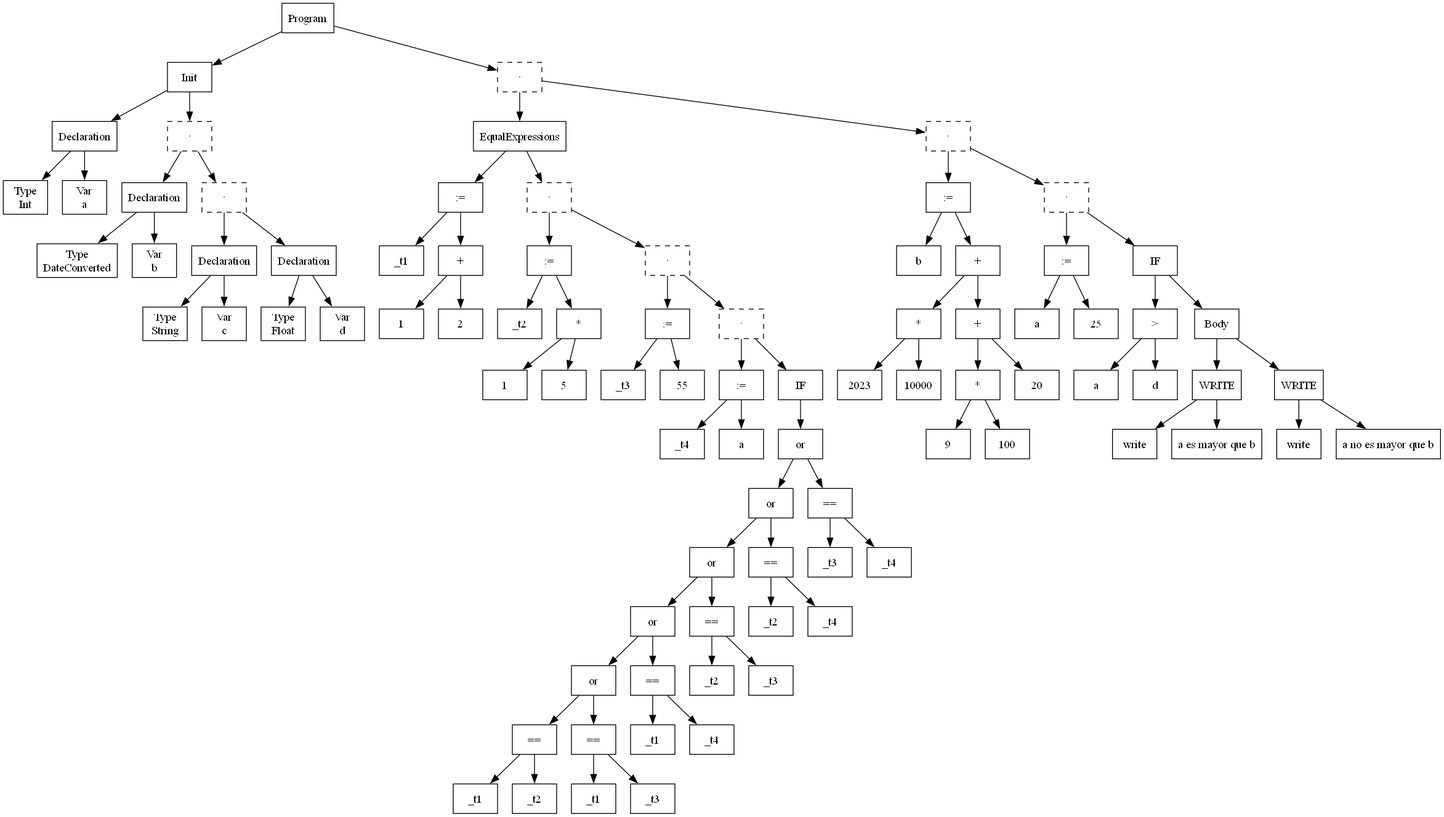
Earlier version of the Graphviz export intermediate-code.png (Ailenpadilla/my-compiler). Its source is kept beside it as intermediate-code.dot.
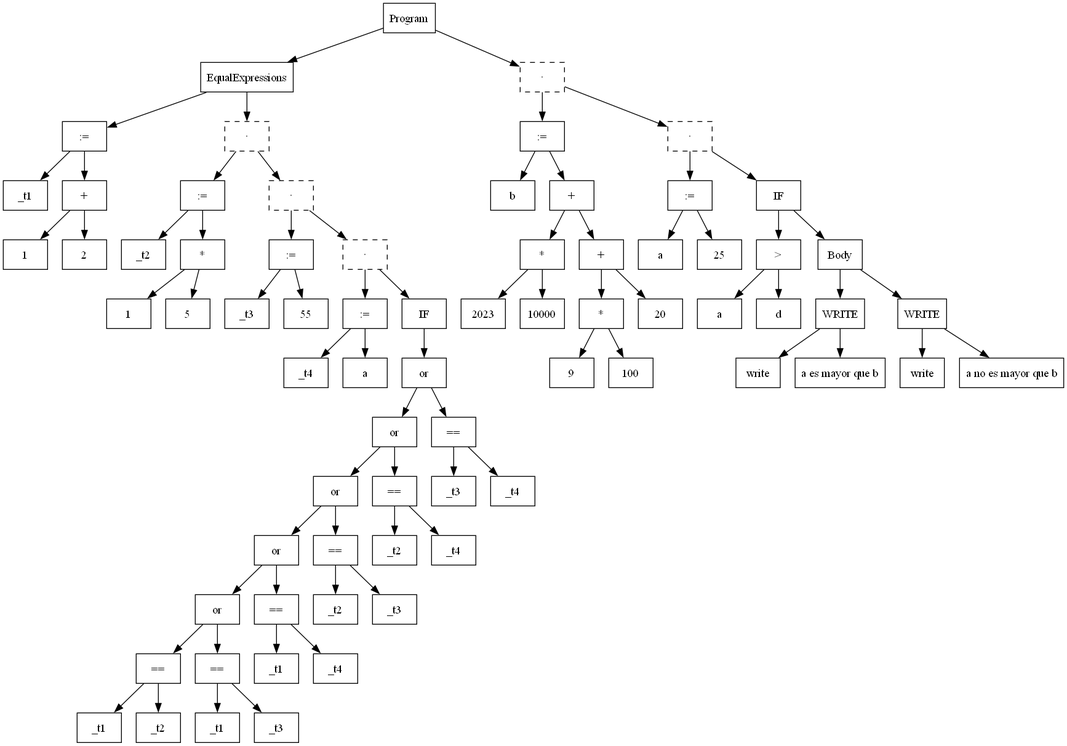
The same file after the commit.

Commit message:
removing init from the gci

Change to the diagram source:
```diff
@@ -2,177 +2,145 @@
   node [shape=box];
   n1 [label="Program"];
   n1 -> n2;
-  n2 [label="Init"];
+  n2 [label="EqualExpressions"];
   n2 -> n3;
-  n3 [label="Declaration"];
+  n3 [label=":="];
+  n4 [label="_t1"];
   n3 -> n4;
-  n4 [label="Type\nInt"];
   n3 -> n5;
-  n5 [label="Var\na"];
-  n6 [label="·", style="dashed"];
-  n6 -> n7;
-  n7 [label="Declaration"];
-  n7 -> n8;
-  n8 [label="Type\nDateConverted"];
-  n7 -> n9;
-  n9 [label="Var\nb"];
-  n10 [label="·", style="dashed"];
-  n10 -> n11;
-  n11 [label="Declaration"];
+  n5 [label="+"];
+  n5 -> n6;
+  n6 [label="1"];
+  n5 -> n7;
+  n7 [label="2"];
+  n8 [label="·", style="dashed"];
+  n8 -> n9;
+  n9 [label=":="];
+  n10 [label="_t2"];
+  n9 -> n10;
+  n9 -> n11;
+  n11 [label="*"];
   n11 -> n12;
-  n12 [label="Type\nString"];
+  n12 [label="1"];
   n11 -> n13;
-  n13 [label="Var\nc"];
-  n10 -> n14;
-  n14 [label="Declaration"];
+  n13 [label="5"];
+  n14 [label="·", style="dashed"];
   n14 -> n15;
-  n15 [label="Type\nFloat"];
-  n14 -> n16;
-  n16 [label="Var\nd"];
-  n6 -> n10;
-  n2 -> n6;
-  n17 [label="·", style="dashed"];
-  n17 -> n18;
-  n18 [label="EqualExpressions"];
+  n15 [label=":="];
+  n16 [label="_t3"];
+  n15 -> n16;
+  n15 -> n17;
+  n17 [label="55"];
+  n18 [label="·", style="dashed"];
   n18 -> n19;
   n19 [label=":="];
-  n20 [label="_t1"];
+  n20 [label="_t4"];
   n19 -> n20;
   n19 -> n21;
-  n21 [label="+"];
-  n21 -> n22;
-  n22 [label="1"];
-  n21 -> n23;
-  n23 [label="2"];
-  n24 [label="·", style="dashed"];
+  n21 [label="a"];
+  n18 -> n22;
+  n22 [label="IF"];
+  n22 -> n23;
+  n23 [label="or"];
+  n23 -> n24;
+  n24 [label="or"];
   n24 -> n25;
-  n25 [label=":="];
-  n26 [label="_t2"];
+  n25 [label="or"];
   n25 -> n26;
-  n25 -> n27;
-  n27 [label="*"];
+  n26 [label="or"];
+  n26 -> n27;
+  n27 [label="or"];
   n27 -> n28;
-  n28 [label="1"];
-  n27 -> n29;
-  n29 [label="5"];
-  n30 [label="·", style="dashed"];
-  n30 -> n31;
-  n31 [label=":="];
-  n32 [label="_t3"];
+  n28 [label="=="];
+  n29 [label="_t1"];
+  n28 -> n29;
+  n30 [label="_t2"];
+  n28 -> n30;
+  n27 -> n31;
+  n31 [label="=="];
+  n32 [label="_t1"];
   n31 -> n32;
+  n33 [label="_t3"];
   n31 -> n33;
-  n33 [label="55"];
-  n34 [label="·", style="dashed"];
+  n26 -> n34;
+  n34 [label="=="];
+  n35 [label="_t1"];
   n34 -> n35;
-  n35 [label=":="];
   n36 [label="_t4"];
-  n35 -> n36;
-  n35 -> n37;
-  n37 [label="a"];
-  n34 -> n38;
-  n38 [label="IF"];
-  n38 -> n39;
-  n39 [label="or"];
-  n39 -> n40;
-  n40 [label="or"];
+  n34 -> n36;
+  n25 -> n37;
+  n37 [label="=="];
+  n38 [label="_t2"];
+  n37 -> n38;
+  n39 [label="_t3"];
+  n37 -> n39;
+  n24 -> n40;
+  n40 [label="=="];
+  n41 [label="_t2"];
   n40 -> n41;
-  n41 [label="or"];
-  n41 -> n42;
-  n42 [label="or"];
-  n42 -> n43;
-  n43 [label="or"];
+  n42 [label="_t4"];
+  n40 -> n42;
+  n23 -> n43;
+  n43 [label="=="];
+  n44 [label="_t3"];
   n43 -> n44;
-  n44 [label="=="];
-  n45 [label="_t1"];
-  n44 -> n45;
-  n46 [label="_t2"];
-  n44 -> n46;
-  n43 -> n47;
-  n47 [label="=="];
-  n48 [label="_t1"];
+  n45 [label="_t4"];
+  n43 -> n45;
+  n14 -> n18;
+  n8 -> n14;
+  n2 -> n8;
+  n46 [label="·", style="dashed"];
+  n46 -> n47;
+  n47 [label=":="];
+  n48 [label="b"];
   n47 -> n48;
-  n49 [label="_t3"];
   n47 -> n49;
-  n42 -> n50;
-  n50 [label="=="];
-  n51 [label="_t1"];
+  n49 [label="+"];
+  n49 -> n50;
+  n50 [label="*"];
   n50 -> n51;
-  n52 [label="_t4"];
+  n51 [label="2023"];
   n50 -> n52;
-  n41 -> n53;
-  n53 [label="=="];
-  n54 [label="_t2"];
+  n52 [label="10000"];
+  n49 -> n53;
+  n53 [label="+"];
   n53 -> n54;
-  n55 [label="_t3"];
-  n53 -> n55;
-  n40 -> n56;
-  n56 [label="=="];
-  n57 [label="_t2"];
-  n56 -> n57;
-  n58 [label="_t4"];
-  n56 -> n58;
-  n39 -> n59;
-  n59 [label="=="];
-  n60 [label="_t3"];
+  n54 [label="*"];
+  n54 -> n55;
+  n55 [label="9"];
+  n54 -> n56;
+  n56 [label="100"];
+  n53 -> n57;
+  n57 [label="20"];
+  n58 [label="·", style="dashed"];
+  n58 -> n59;
+  n59 [label=":="];
+  n60 [label="a"];
   n59 -> n60;
-  n61 [label="_t4"];
   n59 -> n61;
-  n30 -> n34;
-  n24 -> n30;
-  n18 -> n24;
-  n62 [label="·", style="dashed"];
+  n61 [label="25"];
+  n58 -> n62;
+  n62 [label="IF"];
   n62 -> n63;
-  n63 [label=":="];
-  n64 [label="b"];
+  n63 [label=">"];
   n63 -> n64;
+  n64 [label="a"];
   n63 -> n65;
-  n65 [label="+"];
-  n65 -> n66;
-  n66 [label="*"];
+  n65 [label="d"];
+  n62 -> n66;
+  n66 [label="Body"];
   n66 -> n67;
-  n67 [label="2023"];
-  n66 -> n68;
-  n68 [label="10000"];
-  n65 -> n69;
-  n69 [label="+"];
-  n69 -> n70;
-  n70 [label="*"];
+  n67 [label="WRITE"];
+  n68 [label="write"];
+  n67 -> n68;
+  n69 [label="a es mayor que b"];
+  n67 -> n69;
+  n66 -> n70;
+  n70 [label="WRITE"];
+  n71 [label="write"];
   n70 -> n71;
-  n71 [label="9"];
+  n72 [label="a no es mayor que b"];
   n70 -> n72;
-  n72 [label="100"];
-  n69 -> n73;
-  n73 [label="20"];
-  n74 [label="·", style="dashed"];
-  n74 -> n75;
-  n75 [label=":="];
-  n76 [label="a"];
-  n75 -> n76;
-  n75 -> n77;
-  n77 [label="25"];
-  n74 -> n78;
-  n78 [label="IF"];
-  n78 -> n79;
-  n79 [label=">"];
-  n79 -> n80;
-  n80 [label="a"];
-  n79 -> n81;
-  n81 [label="d"];
-  n78 -> n82;
-  n82 [label="Body"];
-  n82 -> n83;
-  n83 [label="WRITE"];
-  n84 [label="write"];
-  n83 -> n84;
-  n85 [label="a es mayor que b"];
-  n83 -> n85;
-  n82 -> n86;
-  n86 [label="WRITE"];
-  n87 [label="write"];
-  n86 -> n87;
-  n88 [label="a no es mayor que b"];
-  n86 -> n88;
-  n62 -> n74;
-  n17 -> n62;
-  n1 -> n17;
+  n46 -> n58;
+  n1 -> n46;
 }
```
